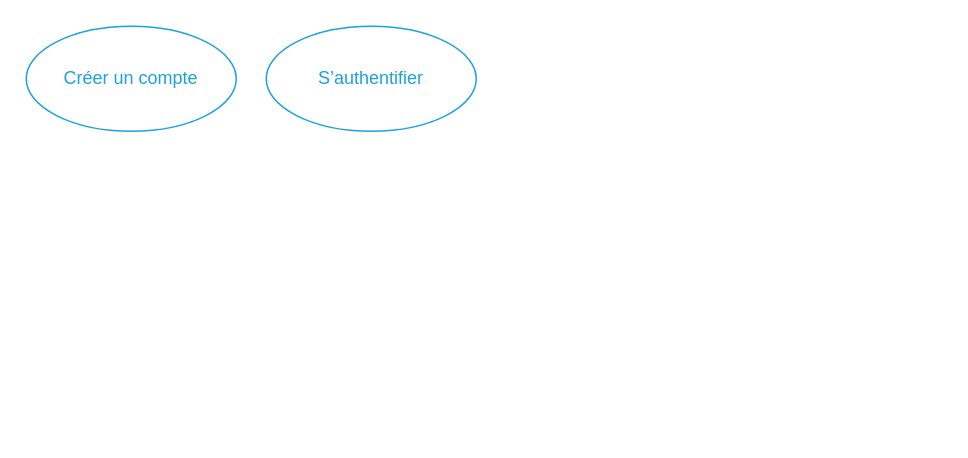
Earlier version of the draw.io diagram img/figure_implicit-actions-account.dio (centvingt/OCPizzaRedaction). Source tidied: cells renumbered, new cells numbered last; positions are measured from the earlier drawing's top-left corner, leaving out a move shared by most shapes. Both pictures are drawn from the tidied source at 150%, with x=0, y=0 at pixel (26, 26).
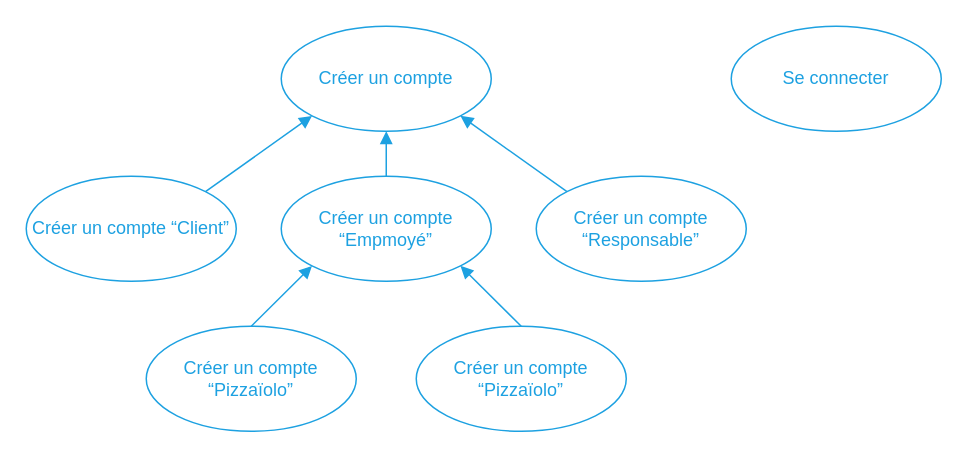
After the change.

Diff of the diagram source:
```diff
@@
 <mxGraphModel>
   <root>
     <mxCell id="0" />
     <mxCell id="1" parent="0" />
     <mxCell id="2" value="&lt;font color=&quot;#1da1e1&quot;&gt;Créer un compte&lt;/font&gt;" style="ellipse;whiteSpace=wrap;html=1;fillColor=none;strokeColor=#1DA1E1;" parent="1" vertex="1">
-      <mxGeometry width="140" height="70" as="geometry" />
+      <mxGeometry x="170" width="140" height="70" as="geometry" />
     </mxCell>
-    <mxCell id="3" value="&lt;font color=&quot;#1da1e1&quot;&gt;S’authentifier&lt;/font&gt;" style="ellipse;whiteSpace=wrap;html=1;fillColor=none;strokeColor=#1DA1E1;" parent="1" vertex="1">
-      <mxGeometry x="160" width="140" height="70" as="geometry" />
+    <mxCell id="3" value="&lt;font color=&quot;#1da1e1&quot;&gt;Se connecter&lt;/font&gt;" style="ellipse;whiteSpace=wrap;html=1;fillColor=none;strokeColor=#1DA1E1;" parent="1" vertex="1">
+      <mxGeometry x="470" width="140" height="70" as="geometry" />
     </mxCell>
+    <mxCell id="4" style="edgeStyle=none;rounded=0;jettySize=auto;html=1;exitX=1;exitY=0;exitDx=0;exitDy=0;entryX=0;entryY=1;entryDx=0;entryDy=0;endArrow=block;endFill=1;strokeColor=#1DA1E1;" parent="1" edge="1" source="5" target="2">
+      <mxGeometry relative="1" as="geometry" />
+    </mxCell>
+    <mxCell id="5" value="&lt;font color=&quot;#1da1e1&quot;&gt;Créer un compte “Client”&lt;/font&gt;" style="ellipse;whiteSpace=wrap;html=1;fillColor=none;strokeColor=#1DA1E1;" parent="1" vertex="1">
+      <mxGeometry y="100" width="140" height="70" as="geometry" />
+    </mxCell>
+    <mxCell id="6" style="edgeStyle=none;rounded=0;jettySize=auto;html=1;exitX=0.5;exitY=0;exitDx=0;exitDy=0;entryX=0.5;entryY=1;entryDx=0;entryDy=0;endArrow=block;endFill=1;strokeColor=#1DA1E1;" parent="1" edge="1" source="7" target="2">
+      <mxGeometry relative="1" as="geometry" />
+    </mxCell>
+    <mxCell id="7" value="&lt;span style=&quot;color: rgb(29 , 161 , 225)&quot;&gt;Créer un compte “Empmoyé”&lt;/span&gt;" style="ellipse;whiteSpace=wrap;html=1;fillColor=none;strokeColor=#1DA1E1;" parent="1" vertex="1">
+      <mxGeometry x="170" y="100" width="140" height="70" as="geometry" />
+    </mxCell>
+    <mxCell id="8" style="edgeStyle=none;rounded=0;jettySize=auto;html=1;exitX=0;exitY=0;exitDx=0;exitDy=0;entryX=1;entryY=1;entryDx=0;entryDy=0;endArrow=block;endFill=1;strokeColor=#1DA1E1;" parent="1" edge="1" source="9" target="2">
+      <mxGeometry relative="1" as="geometry" />
+    </mxCell>
+    <mxCell id="9" value="&lt;span style=&quot;color: rgb(29 , 161 , 225)&quot;&gt;Créer un compte “Responsable”&lt;/span&gt;" style="ellipse;whiteSpace=wrap;html=1;fillColor=none;strokeColor=#1DA1E1;" parent="1" vertex="1">
+      <mxGeometry x="340" y="100" width="140" height="70" as="geometry" />
+    </mxCell>
+    <mxCell id="10" style="rounded=0;jettySize=auto;html=1;exitX=0.5;exitY=0;exitDx=0;exitDy=0;endArrow=block;endFill=1;strokeColor=#1DA1E1;entryX=0;entryY=1;entryDx=0;entryDy=0;" parent="1" edge="1" source="11" target="7">
+      <mxGeometry relative="1" as="geometry" />
+    </mxCell>
+    <mxCell id="11" value="&lt;span style=&quot;color: rgb(29 , 161 , 225)&quot;&gt;Créer un compte “Pizzaïolo”&lt;/span&gt;" style="ellipse;whiteSpace=wrap;html=1;fillColor=none;strokeColor=#1DA1E1;" parent="1" vertex="1">
+      <mxGeometry x="80" y="200" width="140" height="70" as="geometry" />
+    </mxCell>
+    <mxCell id="12" style="edgeStyle=none;rounded=0;jettySize=auto;html=1;exitX=0.5;exitY=0;exitDx=0;exitDy=0;entryX=1;entryY=1;entryDx=0;entryDy=0;endArrow=block;endFill=1;strokeColor=#1DA1E1;" parent="1" edge="1" source="13" target="7">
+      <mxGeometry relative="1" as="geometry" />
+    </mxCell>
+    <mxCell id="13" value="&lt;span style=&quot;color: rgb(29 , 161 , 225)&quot;&gt;Créer un compte “Pizzaïolo”&lt;/span&gt;" style="ellipse;whiteSpace=wrap;html=1;fillColor=none;strokeColor=#1DA1E1;" parent="1" vertex="1">
+      <mxGeometry x="260" y="200" width="140" height="70" as="geometry" />
+    </mxCell>
   </root>
 </mxGraphModel>
```
